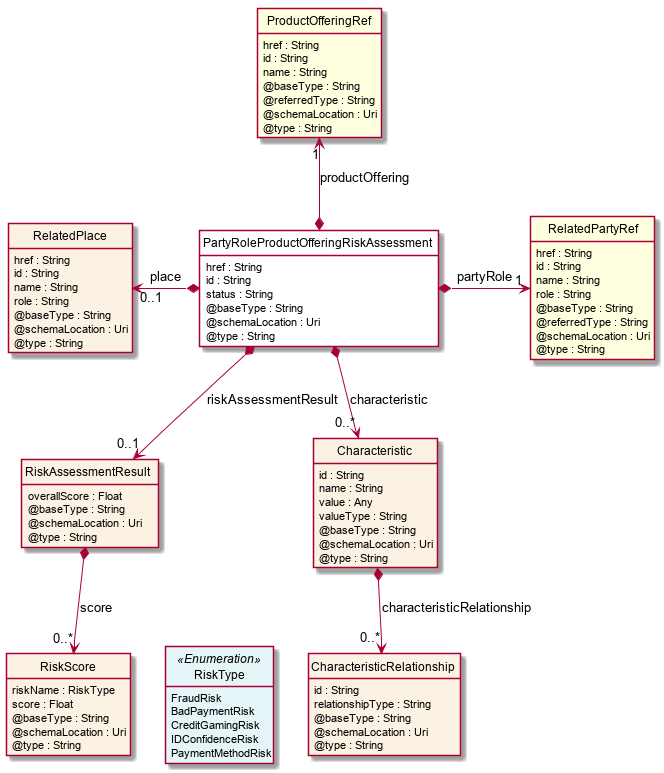
The PlantUML diagram apis/TMF696_Risk_Management/documentation/diagrams/Resource_PartyRoleProductOfferingRiskAssessment.png in tmforum-apis/Open_Api_And_Data_Model, before a commit. Its diagram source:
```plantuml
@startuml
hide circle
hide methods
hide stereotype
show <<Enumeration>> stereotype
skinparam class {
   BackgroundColor<<Enumeration>> #E6F5F7
   BackgroundColor<<Ref>> #FFFFE0
   BackgroundColor<<Pivot>> #FFFFFFF
   BackgroundColor #FCF2E3
}

class PartyRoleProductOfferingRiskAssessment  <<Pivot>> {
    href : String
    id : String
    status : String
    @baseType : String
    @schemaLocation : Uri
    @type : String
}

class RiskAssessmentResult  {
    overallScore : Float
    @baseType : String
    @schemaLocation : Uri
    @type : String
}

class RiskScore  {
    riskName : RiskType
    score : Float
    @baseType : String
    @schemaLocation : Uri
    @type : String
}

class RiskType <<Enumeration>> {
    FraudRisk
    BadPaymentRisk
    CreditGamingRisk
    IDConfidenceRisk
    PaymentMethodRisk
}

class ProductOfferingRef  <<Ref>> {
    href : String
    id : String
    name : String
    @baseType : String
    @referredType : String
    @schemaLocation : Uri
    @type : String
}

class RelatedPartyRef  <<Ref>> {
    href : String
    id : String
    name : String
    role : String
    @baseType : String
    @referredType : String
    @schemaLocation : Uri
    @type : String
}

class RelatedPlace  {
    href : String
    id : String
    name : String
    role : String
    @baseType : String
    @schemaLocation : Uri
    @type : String
}

class Characteristic  {
    id : String
    name : String
    value : Any
    valueType : String
    @baseType : String
    @schemaLocation : Uri
    @type : String
}

class CharacteristicRelationship  {
    id : String
    relationshipType : String
    @baseType : String
    @schemaLocation : Uri
    @type : String
}

RelatedPlace "0..1" <-left-* PartyRoleProductOfferingRiskAssessment : place

PartyRoleProductOfferingRiskAssessment *-right-> "1" RelatedPartyRef : partyRole

ProductOfferingRef "1" <--* PartyRoleProductOfferingRiskAssessment : productOffering

PartyRoleProductOfferingRiskAssessment *-->  "0..*" Characteristic : characteristic

PartyRoleProductOfferingRiskAssessment *-->  "0..1" RiskAssessmentResult : riskAssessmentResult

RiskAssessmentResult *-->  "0..*" RiskScore : score

Characteristic *-->  "0..*" CharacteristicRelationship : characteristicRelationship

RiskScore -right[hidden]-> RiskType

@enduml
```
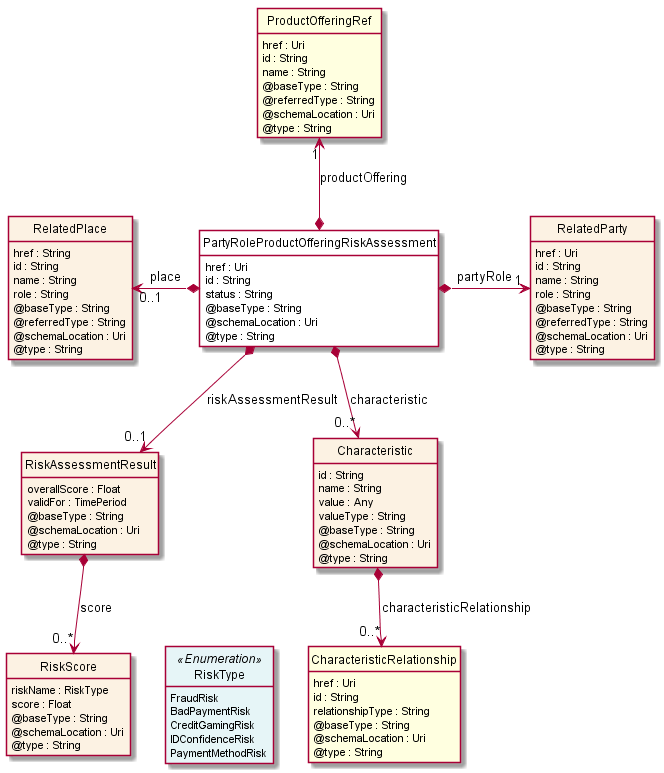
The same file after the commit.

Diff of the diagram source:
```diff
@@ -11,7 +11,7 @@
 }
 
 class PartyRoleProductOfferingRiskAssessment  <<Pivot>> {
-    href : String
+    href : Uri
     id : String
     status : String
     @baseType : String
@@ -21,6 +21,7 @@
 
 class RiskAssessmentResult  {
     overallScore : Float
+    validFor : TimePeriod
     @baseType : String
     @schemaLocation : Uri
     @type : String
@@ -43,7 +44,7 @@
 }
 
 class ProductOfferingRef  <<Ref>> {
-    href : String
+    href : Uri
     id : String
     name : String
     @baseType : String
@@ -52,8 +53,8 @@
     @type : String
 }
 
-class RelatedPartyRef  <<Ref>> {
-    href : String
+class RelatedParty  {
+    href : Uri
     id : String
     name : String
     role : String
@@ -69,6 +70,7 @@
     name : String
     role : String
     @baseType : String
+    @referredType : String
     @schemaLocation : Uri
     @type : String
 }
@@ -83,7 +85,8 @@
     @type : String
 }
 
-class CharacteristicRelationship  {
+class CharacteristicRelationship  <<Ref>> {
+    href : Uri
     id : String
     relationshipType : String
     @baseType : String
@@ -93,7 +96,7 @@
 
 RelatedPlace "0..1" <-left-* PartyRoleProductOfferingRiskAssessment : place
 
-PartyRoleProductOfferingRiskAssessment *-right-> "1" RelatedPartyRef : partyRole
+PartyRoleProductOfferingRiskAssessment *-right-> "1" RelatedParty : partyRole
 
 ProductOfferingRef "1" <--* PartyRoleProductOfferingRiskAssessment : productOffering
 
```
